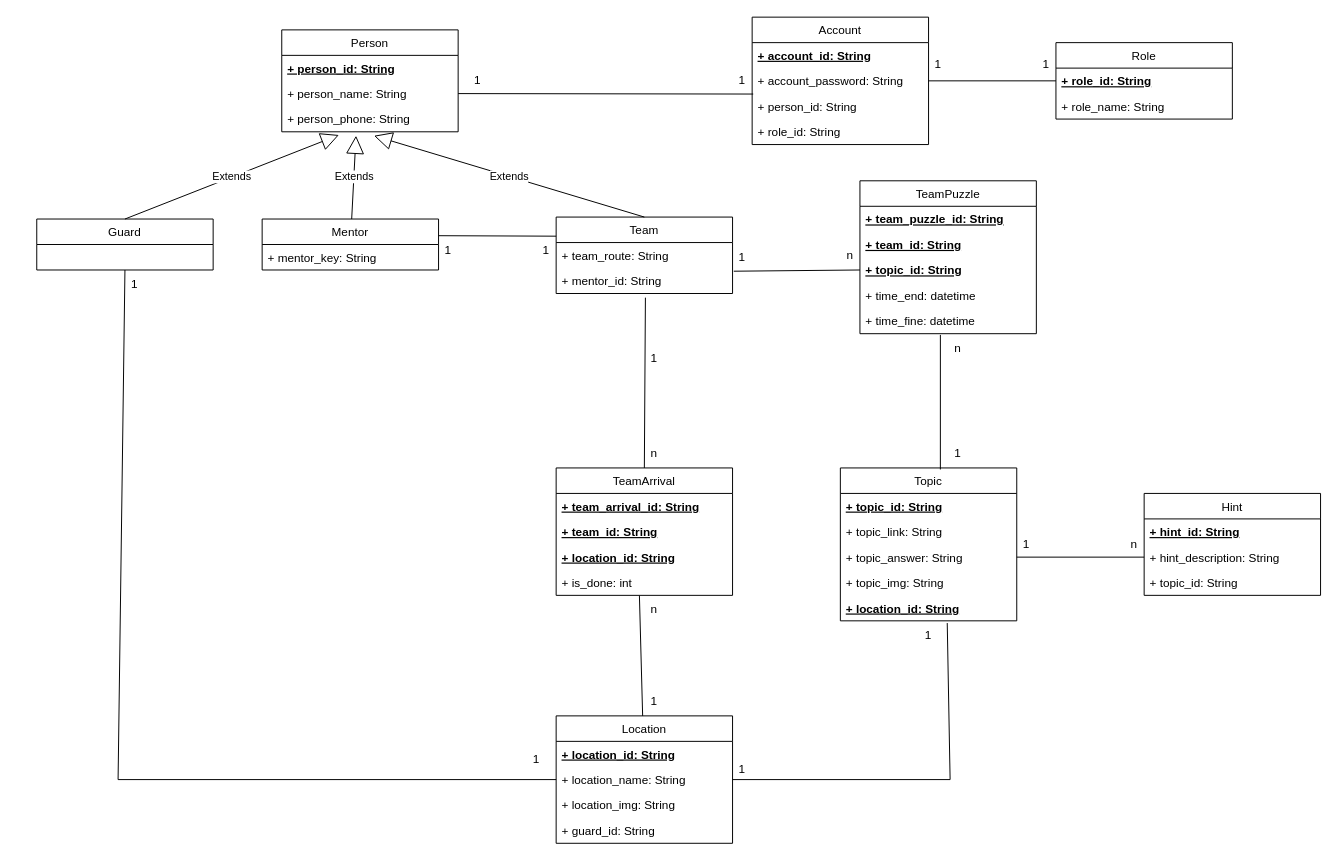
This is config/TB_ClassDiagram.drawio from Tiendat06/ITZone_TeamBuilding, a draw.io file, before an edit. Source tidied: cells renumbered, new cells numbered last; positions are measured from the earlier drawing's top-left corner, leaving out a move shared by most shapes. Both pictures are drawn from the tidied source at 98%, with x=0, y=0 at pixel (36, 17).
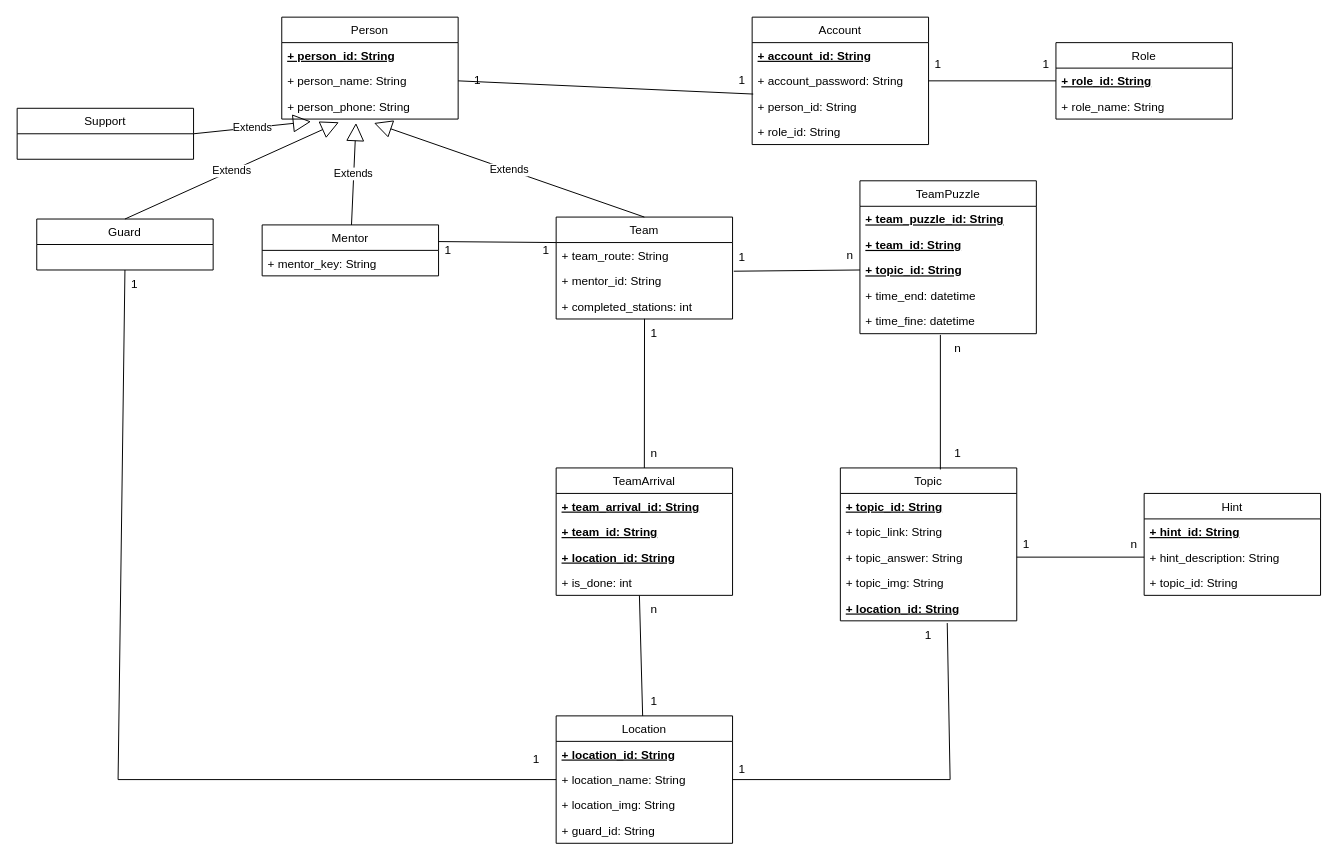
The same diagram, later.

The change refers to these unchanged cells:
```xml
<mxCell id="7" value="+ person_phone: String" style="text;strokeColor=none;fillColor=none;align=left;verticalAlign=top;spacingLeft=4;spacingRight=4;overflow=hidden;points=[[0,0.5],[1,0.5]];portConstraint=eastwest;" parent="4" vertex="1">
  <mxGeometry y="78" width="180" height="26" as="geometry" />
</mxCell>
<mxCell id="10" value="+ mentor_id: String" style="text;strokeColor=none;fillColor=none;align=left;verticalAlign=top;spacingLeft=4;spacingRight=4;overflow=hidden;points=[[0,0.5],[1,0.5]];portConstraint=eastwest;" parent="8" vertex="1">
  <mxGeometry y="52" width="180" height="26" as="geometry" />
</mxCell>
<mxCell id="47" value="TeamArrival" style="swimlane;fontStyle=0;horizontal=1;startSize=26;fillColor=none;" parent="1" vertex="1">
  <mxGeometry x="530" y="460" width="180" height="130" as="geometry" />
</mxCell>
```

The edit, as a diff of the source:
```diff
@@
     <mxCell id="2" value="Mentor" style="swimlane;fontStyle=0;horizontal=1;startSize=26;fillColor=none;" parent="1" vertex="1">
-      <mxGeometry x="230" y="206" width="180" height="52" as="geometry" />
+      <mxGeometry x="230" y="212" width="180" height="52" as="geometry" />
     </mxCell>
@@
     <mxCell id="4" value="Person" style="swimlane;fontStyle=0;horizontal=1;startSize=26;fillColor=none;" parent="1" vertex="1">
-      <mxGeometry x="250" y="13" width="180" height="104" as="geometry" />
+      <mxGeometry x="250" width="180" height="104" as="geometry" />
     </mxCell>
@@
     <mxCell id="8" value="Team" style="swimlane;fontStyle=0;horizontal=1;startSize=26;fillColor=none;" parent="1" vertex="1">
-      <mxGeometry x="530" y="204" width="180" height="78" as="geometry" />
+      <mxGeometry x="530" y="204" width="180" height="104" as="geometry" />
     </mxCell>
@@
+    <mxCell id="79" value="+ completed_stations: int" style="text;strokeColor=none;fillColor=none;align=left;verticalAlign=top;spacingLeft=4;spacingRight=4;overflow=hidden;points=[[0,0.5],[1,0.5]];portConstraint=eastwest;" parent="8" vertex="1">
+      <mxGeometry y="78" width="180" height="26" as="geometry" />
+    </mxCell>
@@
-    <mxCell id="64" style="endArrow=none;html=1;rounded=0;exitX=0.506;exitY=1.163;exitDx=0;exitDy=0;exitPerimeter=0;entryX=0.5;entryY=0;entryDx=0;entryDy=0;" parent="1" edge="1" source="10" target="47">
+    <mxCell id="64" style="endArrow=none;html=1;rounded=0;exitX=0.501;exitY=0.994;exitDx=0;exitDy=0;exitPerimeter=0;entryX=0.5;entryY=0;entryDx=0;entryDy=0;" parent="1" edge="1" source="79" target="47">
       <mxGeometry relative="1" as="geometry" />
     </mxCell>
     <mxCell id="65" value="1" style="text;html=1;strokeColor=none;fillColor=none;align=center;verticalAlign=middle;whiteSpace=wrap;rounded=0;" parent="1" vertex="1">
-      <mxGeometry x="600" y="333" width="60" height="30" as="geometry" />
+      <mxGeometry x="600" y="308" width="60" height="30" as="geometry" />
     </mxCell>
@@
+    <mxCell id="80" value="Support" style="swimlane;fontStyle=0;horizontal=1;startSize=26;fillColor=none;" parent="1" vertex="1">
+      <mxGeometry x="-20" y="93" width="180" height="52" as="geometry" />
+    </mxCell>
+    <mxCell id="81" value="Extends" style="endArrow=block;endSize=16;endFill=0;html=1;rounded=0;exitX=1;exitY=0.5;exitDx=0;exitDy=0;entryX=0.166;entryY=1.097;entryDx=0;entryDy=0;entryPerimeter=0;" parent="1" edge="1" source="80" target="7">
+      <mxGeometry relative="1" as="geometry" />
+    </mxCell>
```
